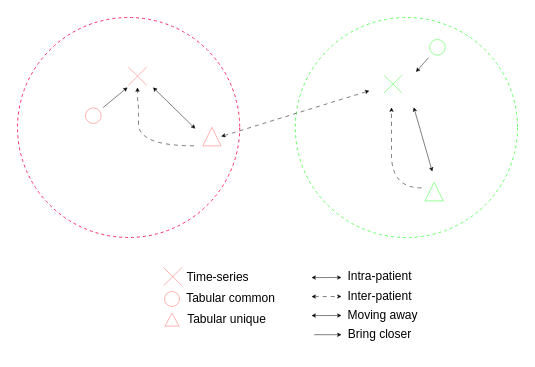
Earlier version of the draw.io diagram contrastive_decoupling.drawio (Jeremstym/didacticJerem). Source tidied: cells renumbered, new cells numbered last; positions are measured from the earlier drawing's top-left corner, leaving out a move shared by most shapes. Both pictures are drawn from the tidied source at 100%, with x=0, y=0 at pixel (17, 17).
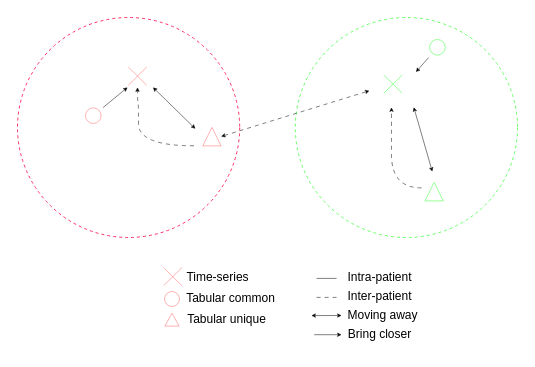
The same diagram, later.

Diff of the diagram source:
```diff
@@
-    <mxCell id="22" style="endArrow=classic;startArrow=classic;html=1;rounded=0;fontFamily=Helvetica;fontSize=12;fontColor=default;strokeWidth=0.5;endSize=3;startSize=3;" parent="1" edge="1">
-      <mxGeometry relative="1" as="geometry">
-        <mxPoint x="294" y="260.1" as="sourcePoint" />
-        <mxPoint x="324" y="260" as="targetPoint" />
-      </mxGeometry>
-    </mxCell>
     <mxCell id="23" value="Intra-patient" style="text;html=1;align=center;verticalAlign=middle;strokeColor=none;fillColor=none;fontFamily=Helvetica;fontSize=12;fontColor=default;" parent="1" vertex="1">
-      <mxGeometry x="317.1" y="244" width="90" height="30" as="geometry" />
+      <mxGeometry x="317.1" y="245" width="90" height="30" as="geometry" />
     </mxCell>
-    <mxCell id="24" style="endArrow=classic;startArrow=classic;html=1;rounded=0;fontFamily=Helvetica;fontSize=12;fontColor=default;strokeWidth=0.5;endSize=3;startSize=3;dashed=1;dashPattern=8 8;" parent="1" edge="1">
-      <mxGeometry relative="1" as="geometry">
-        <mxPoint x="294" y="279.1" as="sourcePoint" />
-        <mxPoint x="324" y="279" as="targetPoint" />
-      </mxGeometry>
-    </mxCell>
@@
+    <mxCell id="34" style="endArrow=none;html=1;rounded=0;fontFamily=Helvetica;fontSize=12;fontColor=default;strokeWidth=0.5;" parent="1" edge="1">
+      <mxGeometry relative="1" as="geometry">
+        <mxPoint x="299.1" y="260.9" as="sourcePoint" />
+        <mxPoint x="319.1" y="260.9" as="targetPoint" />
+      </mxGeometry>
+    </mxCell>
+    <mxCell id="35" style="endArrow=none;html=1;rounded=0;fontFamily=Helvetica;fontSize=12;fontColor=default;strokeWidth=0.5;dashed=1;dashPattern=8 8;" parent="1" edge="1">
+      <mxGeometry relative="1" as="geometry">
+        <mxPoint x="299.1" y="279.9" as="sourcePoint" />
+        <mxPoint x="319.1" y="279.9" as="targetPoint" />
+      </mxGeometry>
+    </mxCell>
```
